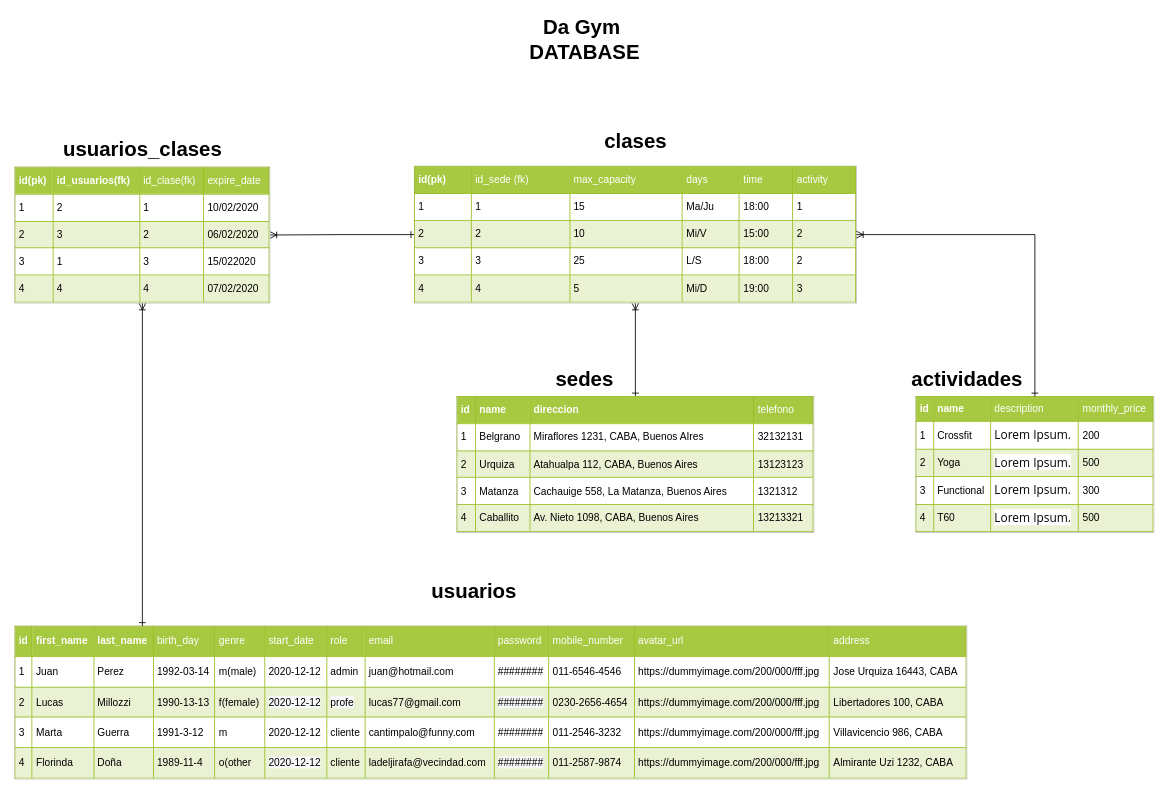
This is docs/DB _design_da_gym.drawio from ilMonkey/grupo_5_degym, a draw.io file, before an edit. Source tidied: cells renumbered, new cells numbered last; positions are measured from the earlier drawing's top-left corner, leaving out a move shared by most shapes. Both pictures are drawn from the tidied source at 85%, with x=0, y=0 at pixel (14, 22).
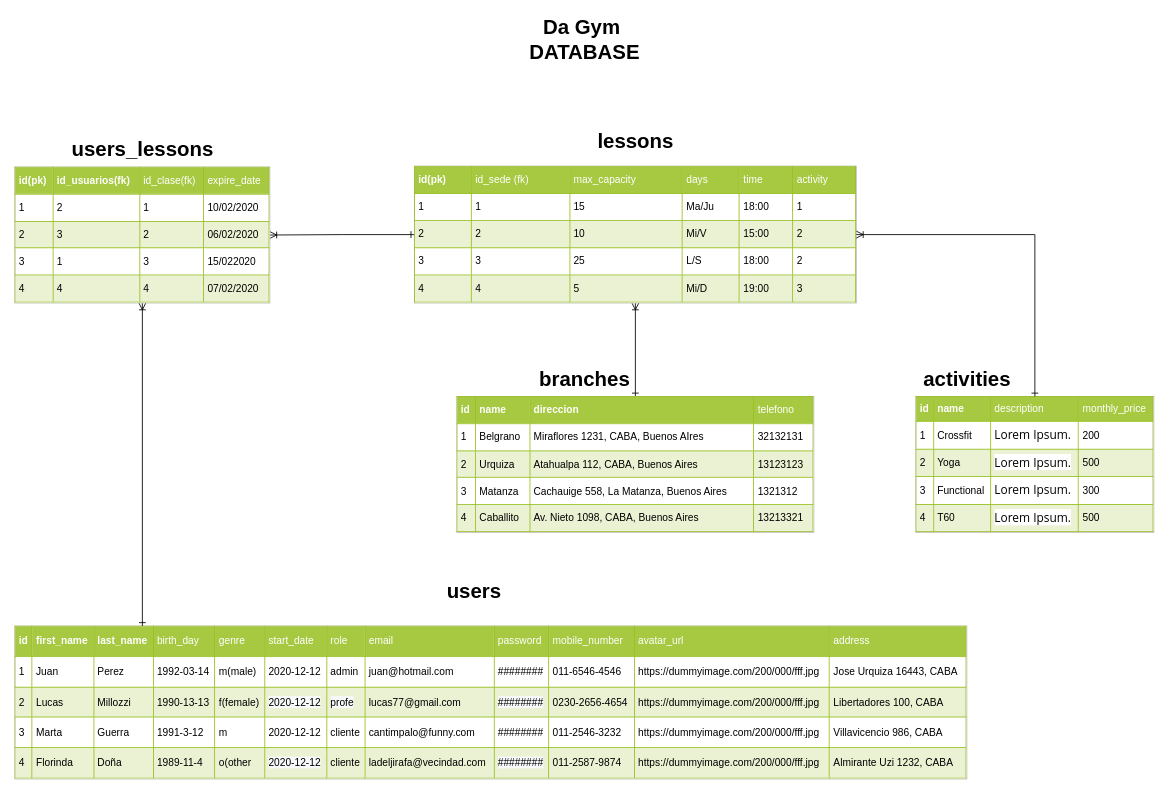
The same page after the edit.

Diff of the diagram source:
```diff
@@
 <mxGraphModel>
   <root>
     <mxCell id="0" />
     <mxCell id="1" parent="0" />
     <mxCell id="2" value="&lt;table border=&quot;1&quot; width=&quot;100%&quot; cellpadding=&quot;4&quot; style=&quot;width: 100% ; height: 100% ; border-collapse: collapse&quot;&gt;&lt;tbody&gt;&lt;tr style=&quot;background-color: #a7c942 ; color: #ffffff ; border: 1px solid #98bf21&quot;&gt;&lt;th align=&quot;left&quot;&gt;id&lt;/th&gt;&lt;th align=&quot;left&quot;&gt;name&lt;/th&gt;&lt;td&gt;description&lt;/td&gt;&lt;td&gt;monthly_price&lt;/td&gt;&lt;/tr&gt;&lt;tr style=&quot;border: 1px solid #98bf21&quot;&gt;&lt;td&gt;1&lt;/td&gt;&lt;td&gt;Crossfit&lt;/td&gt;&lt;td&gt;&lt;span style=&quot;margin: 0px ; padding: 0px ; font-family: &amp;#34;open sans&amp;#34; , &amp;#34;arial&amp;#34; , sans-serif ; font-size: 14px ; text-align: justify ; background-color: rgb(255 , 255 , 255)&quot;&gt;Lorem Ipsum&lt;/span&gt;&lt;span style=&quot;font-family: &amp;#34;open sans&amp;#34; , &amp;#34;arial&amp;#34; , sans-serif ; font-size: 14px ; text-align: justify ; background-color: rgb(255 , 255 , 255)&quot;&gt;.&lt;/span&gt;&lt;br&gt;&lt;/td&gt;&lt;td&gt;200&lt;/td&gt;&lt;/tr&gt;&lt;tr style=&quot;background-color: #eaf2d3 ; border: 1px solid #98bf21&quot;&gt;&lt;td&gt;2&lt;/td&gt;&lt;td&gt;Yoga&lt;/td&gt;&lt;td&gt;&lt;span style=&quot;margin: 0px ; padding: 0px ; font-family: &amp;#34;open sans&amp;#34; , &amp;#34;arial&amp;#34; , sans-serif ; font-size: 14px ; text-align: justify ; background-color: rgb(255 , 255 , 255)&quot;&gt;Lorem Ipsum&lt;/span&gt;&lt;span style=&quot;font-family: &amp;#34;open sans&amp;#34; , &amp;#34;arial&amp;#34; , sans-serif ; font-size: 14px ; text-align: justify ; background-color: rgb(255 , 255 , 255)&quot;&gt;.&lt;/span&gt;&lt;br&gt;&lt;/td&gt;&lt;td&gt;500&lt;/td&gt;&lt;/tr&gt;&lt;tr style=&quot;border: 1px solid #98bf21&quot;&gt;&lt;td&gt;3&lt;/td&gt;&lt;td&gt;Functional&lt;/td&gt;&lt;td&gt;&lt;span style=&quot;margin: 0px ; padding: 0px ; font-family: &amp;#34;open sans&amp;#34; , &amp;#34;arial&amp;#34; , sans-serif ; font-size: 14px ; text-align: justify ; background-color: rgb(255 , 255 , 255)&quot;&gt;Lorem Ipsum&lt;/span&gt;&lt;span style=&quot;font-family: &amp;#34;open sans&amp;#34; , &amp;#34;arial&amp;#34; , sans-serif ; font-size: 14px ; text-align: justify ; background-color: rgb(255 , 255 , 255)&quot;&gt;.&lt;/span&gt;&lt;br&gt;&lt;/td&gt;&lt;td&gt;300&lt;/td&gt;&lt;/tr&gt;&lt;tr style=&quot;background-color: #eaf2d3 ; border: 1px solid #98bf21&quot;&gt;&lt;td&gt;4&lt;/td&gt;&lt;td&gt;T60&lt;/td&gt;&lt;td&gt;&lt;span style=&quot;margin: 0px ; padding: 0px ; font-family: &amp;#34;open sans&amp;#34; , &amp;#34;arial&amp;#34; , sans-serif ; font-size: 14px ; text-align: justify ; background-color: rgb(255 , 255 , 255)&quot;&gt;Lorem Ipsum&lt;/span&gt;&lt;span style=&quot;font-family: &amp;#34;open sans&amp;#34; , &amp;#34;arial&amp;#34; , sans-serif ; font-size: 14px ; text-align: justify ; background-color: rgb(255 , 255 , 255)&quot;&gt;.&lt;/span&gt;&lt;br&gt;&lt;/td&gt;&lt;td&gt;500&lt;/td&gt;&lt;/tr&gt;&lt;/tbody&gt;&lt;/table&gt;" style="text;html=1;strokeColor=#c0c0c0;fillColor=#ffffff;overflow=fill;rounded=0;" parent="1" vertex="1">
       <mxGeometry x="1060" y="440" width="280" height="160" as="geometry" />
     </mxCell>
-    <mxCell id="3" value="actividades" style="text;strokeColor=none;fillColor=none;html=1;fontSize=24;fontStyle=1;verticalAlign=middle;align=center;" parent="1" vertex="1">
+    <mxCell id="3" value="activities" style="text;strokeColor=none;fillColor=none;html=1;fontSize=24;fontStyle=1;verticalAlign=middle;align=center;" parent="1" vertex="1">
       <mxGeometry x="1070" y="400" width="100" height="40" as="geometry" />
     </mxCell>
     <mxCell id="4" style="edgeStyle=orthogonalEdgeStyle;rounded=0;jettySize=auto;html=1;exitX=0.5;exitY=1;exitDx=0;exitDy=0;entryX=0.5;entryY=0;entryDx=0;entryDy=0;startArrow=ERoneToMany;startFill=0;endArrow=ERone;endFill=0;strokeWidth=1;" parent="1" edge="1" source="6" target="8">
       <mxGeometry relative="1" as="geometry" />
     </mxCell>
     <mxCell id="5" style="edgeStyle=orthogonalEdgeStyle;rounded=0;jettySize=auto;html=1;exitX=0;exitY=0.5;exitDx=0;exitDy=0;entryX=1;entryY=0.5;entryDx=0;entryDy=0;startArrow=ERone;startFill=0;endArrow=ERoneToMany;endFill=0;" parent="1" edge="1" source="6" target="14">
       <mxGeometry relative="1" as="geometry" />
     </mxCell>
     <mxCell id="6" value="&lt;table border=&quot;1&quot; width=&quot;100%&quot; cellpadding=&quot;4&quot; style=&quot;width: 100% ; height: 100% ; border-collapse: collapse&quot;&gt;&lt;tbody&gt;&lt;tr style=&quot;background-color: #a7c942 ; color: #ffffff ; border: 1px solid #98bf21&quot;&gt;&lt;th align=&quot;left&quot;&gt;id(pk)&lt;/th&gt;&lt;td&gt;id_sede (fk)&lt;/td&gt;&lt;td&gt;max_capacity&lt;/td&gt;&lt;td&gt;days&lt;/td&gt;&lt;td&gt;time&lt;/td&gt;&lt;td&gt;activity&lt;/td&gt;&lt;/tr&gt;&lt;tr style=&quot;border: 1px solid #98bf21&quot;&gt;&lt;td&gt;1&lt;/td&gt;&lt;td&gt;1&lt;/td&gt;&lt;td&gt;15&lt;/td&gt;&lt;td&gt;Ma/Ju&lt;/td&gt;&lt;td&gt;18:00&lt;/td&gt;&lt;td&gt;1&lt;/td&gt;&lt;/tr&gt;&lt;tr style=&quot;background-color: #eaf2d3 ; border: 1px solid #98bf21&quot;&gt;&lt;td&gt;2&lt;br&gt;&lt;/td&gt;&lt;td&gt;2&lt;/td&gt;&lt;td&gt;10&lt;/td&gt;&lt;td&gt;Mi/V&lt;/td&gt;&lt;td&gt;15:00&lt;/td&gt;&lt;td&gt;2&lt;/td&gt;&lt;/tr&gt;&lt;tr style=&quot;border: 1px solid #98bf21&quot;&gt;&lt;td&gt;3&lt;/td&gt;&lt;td&gt;3&lt;/td&gt;&lt;td&gt;25&lt;/td&gt;&lt;td&gt;L/S&lt;/td&gt;&lt;td&gt;18:00&lt;/td&gt;&lt;td&gt;2&lt;/td&gt;&lt;/tr&gt;&lt;tr style=&quot;background-color: #eaf2d3 ; border: 1px solid #98bf21&quot;&gt;&lt;td&gt;4&lt;/td&gt;&lt;td&gt;4&lt;/td&gt;&lt;td&gt;5&lt;/td&gt;&lt;td&gt;Mi/D&lt;/td&gt;&lt;td&gt;19:00&lt;/td&gt;&lt;td&gt;3&lt;/td&gt;&lt;/tr&gt;&lt;/tbody&gt;&lt;/table&gt;" style="text;html=1;strokeColor=#c0c0c0;fillColor=#ffffff;overflow=fill;rounded=0;" parent="1" vertex="1">
       <mxGeometry x="470" y="169" width="520" height="161" as="geometry" />
     </mxCell>
-    <mxCell id="7" value="clases" style="text;strokeColor=none;fillColor=none;html=1;fontSize=24;fontStyle=1;verticalAlign=middle;align=center;" parent="1" vertex="1">
+    <mxCell id="7" value="lessons" style="text;strokeColor=none;fillColor=none;html=1;fontSize=24;fontStyle=1;verticalAlign=middle;align=center;" parent="1" vertex="1">
       <mxGeometry x="610" y="120" width="240" height="40" as="geometry" />
     </mxCell>
     <mxCell id="8" value="&lt;table border=&quot;1&quot; width=&quot;100%&quot; cellpadding=&quot;4&quot; style=&quot;width: 100% ; height: 100% ; border-collapse: collapse&quot;&gt;&lt;tbody&gt;&lt;tr style=&quot;background-color: #a7c942 ; color: #ffffff ; border: 1px solid #98bf21&quot;&gt;&lt;th align=&quot;left&quot;&gt;id&lt;/th&gt;&lt;th align=&quot;left&quot;&gt;name&lt;/th&gt;&lt;th align=&quot;left&quot;&gt;direccion&lt;/th&gt;&lt;td&gt;telefono&lt;/td&gt;&lt;/tr&gt;&lt;tr style=&quot;border: 1px solid #98bf21&quot;&gt;&lt;td&gt;1&lt;/td&gt;&lt;td&gt;Belgrano&lt;/td&gt;&lt;td&gt;Miraflores 1231, CABA, Buenos AIres&lt;/td&gt;&lt;td&gt;32132131&lt;/td&gt;&lt;/tr&gt;&lt;tr style=&quot;background-color: #eaf2d3 ; border: 1px solid #98bf21&quot;&gt;&lt;td&gt;2&lt;/td&gt;&lt;td&gt;Urquiza&lt;/td&gt;&lt;td&gt;Atahualpa 112, CABA, Buenos Aires&lt;/td&gt;&lt;td&gt;13123123&lt;/td&gt;&lt;/tr&gt;&lt;tr style=&quot;border: 1px solid #98bf21&quot;&gt;&lt;td&gt;3&lt;/td&gt;&lt;td&gt;Matanza&lt;/td&gt;&lt;td&gt;Cachauige 558, La Matanza, Buenos Aires&lt;/td&gt;&lt;td&gt;1321312&lt;/td&gt;&lt;/tr&gt;&lt;tr style=&quot;background-color: #eaf2d3 ; border: 1px solid #98bf21&quot;&gt;&lt;td&gt;4&lt;/td&gt;&lt;td&gt;Caballito&lt;/td&gt;&lt;td&gt;Av. Nieto 1098, CABA, Buenos Aires&lt;/td&gt;&lt;td&gt;13213321&lt;/td&gt;&lt;/tr&gt;&lt;/tbody&gt;&lt;/table&gt;" style="text;html=1;strokeColor=#c0c0c0;fillColor=#ffffff;overflow=fill;rounded=0;" parent="1" vertex="1">
       <mxGeometry x="520" y="440" width="420" height="160" as="geometry" />
     </mxCell>
-    <mxCell id="9" value="sedes" style="text;strokeColor=none;fillColor=none;html=1;fontSize=24;fontStyle=1;verticalAlign=middle;align=center;" parent="1" vertex="1">
+    <mxCell id="9" value="branches" style="text;strokeColor=none;fillColor=none;html=1;fontSize=24;fontStyle=1;verticalAlign=middle;align=center;" parent="1" vertex="1">
       <mxGeometry x="620" y="400" width="100" height="40" as="geometry" />
     </mxCell>
     <mxCell id="10" style="edgeStyle=orthogonalEdgeStyle;rounded=0;jettySize=auto;html=1;startArrow=ERoneToMany;startFill=0;endArrow=ERone;endFill=0;strokeWidth=1;" parent="1" edge="1" source="6" target="2">
       <mxGeometry relative="1" as="geometry" />
     </mxCell>
     <mxCell id="11" value="&lt;table border=&quot;1&quot; width=&quot;100%&quot; cellpadding=&quot;4&quot; style=&quot;width: 100% ; height: 100% ; border-collapse: collapse&quot;&gt;&lt;tbody&gt;&lt;tr style=&quot;background-color: #a7c942 ; color: #ffffff ; border: 1px solid #98bf21&quot;&gt;&lt;th align=&quot;left&quot;&gt;id&lt;/th&gt;&lt;th align=&quot;left&quot;&gt;first_name&lt;/th&gt;&lt;th align=&quot;left&quot;&gt;last_name&lt;/th&gt;&lt;td&gt;birth_day&lt;/td&gt;&lt;td&gt;genre&lt;/td&gt;&lt;td&gt;start_date&lt;/td&gt;&lt;td&gt;role&lt;/td&gt;&lt;td&gt;email&lt;/td&gt;&lt;td&gt;password&lt;/td&gt;&lt;td&gt;mobile_number&lt;/td&gt;&lt;td&gt;avatar_url&lt;/td&gt;&lt;td&gt;address&lt;/td&gt;&lt;/tr&gt;&lt;tr style=&quot;border: 1px solid #98bf21&quot;&gt;&lt;td&gt;1&lt;/td&gt;&lt;td&gt;Juan&lt;/td&gt;&lt;td&gt;Perez&lt;/td&gt;&lt;td&gt;1992-03-14&lt;/td&gt;&lt;td&gt;m(male)&lt;/td&gt;&lt;td&gt;2020-12-12&lt;/td&gt;&lt;td&gt;admin&lt;/td&gt;&lt;td&gt;juan@hotmail.com&lt;/td&gt;&lt;td&gt;########&lt;/td&gt;&lt;td&gt;011-6546-4546&lt;/td&gt;&lt;td&gt;https://dummyimage.com/200/000/fff.jpg&lt;br&gt;&lt;/td&gt;&lt;td&gt;Jose Urquiza 16443, CABA&lt;/td&gt;&lt;/tr&gt;&lt;tr style=&quot;background-color: #eaf2d3 ; border: 1px solid #98bf21&quot;&gt;&lt;td&gt;2&lt;/td&gt;&lt;td&gt;Lucas&lt;/td&gt;&lt;td&gt;Millozzi&lt;/td&gt;&lt;td&gt;1990-13-13&lt;/td&gt;&lt;td&gt;f(female)&lt;/td&gt;&lt;td&gt;&lt;span style=&quot;background-color: rgb(248 , 249 , 250)&quot;&gt;2020-12-12&lt;/span&gt;&lt;br&gt;&lt;/td&gt;&lt;td&gt;&lt;span style=&quot;background-color: rgb(248 , 249 , 250)&quot;&gt;profe&lt;/span&gt;&lt;/td&gt;&lt;td&gt;lucas77@gmail.com&lt;/td&gt;&lt;td&gt;&lt;span style=&quot;background-color: rgb(248 , 249 , 250)&quot;&gt;########&lt;/span&gt;&lt;br&gt;&lt;/td&gt;&lt;td&gt;0230-2656-4654&lt;/td&gt;&lt;td&gt;https://dummyimage.com/200/000/fff.jpg&lt;br&gt;&lt;/td&gt;&lt;td&gt;Libertadores 100, CABA&lt;/td&gt;&lt;/tr&gt;&lt;tr style=&quot;border: 1px solid #98bf21&quot;&gt;&lt;td&gt;3&lt;/td&gt;&lt;td&gt;Marta&lt;/td&gt;&lt;td&gt;Guerra&lt;/td&gt;&lt;td&gt;1991-3-12&lt;/td&gt;&lt;td&gt;m&lt;/td&gt;&lt;td&gt;2020-12-12&lt;br&gt;&lt;/td&gt;&lt;td&gt;cliente&lt;/td&gt;&lt;td&gt;cantimpalo@funny.com&lt;/td&gt;&lt;td&gt;########&lt;br&gt;&lt;/td&gt;&lt;td&gt;011-2546-3232&lt;/td&gt;&lt;td&gt;https://dummyimage.com/200/000/fff.jpg&lt;br&gt;&lt;/td&gt;&lt;td&gt;Villavicencio 986, CABA&lt;/td&gt;&lt;/tr&gt;&lt;tr style=&quot;background-color: #eaf2d3 ; border: 1px solid #98bf21&quot;&gt;&lt;td&gt;4&lt;/td&gt;&lt;td&gt;Florinda&lt;/td&gt;&lt;td&gt;Doña&lt;/td&gt;&lt;td&gt;1989-11-4&lt;/td&gt;&lt;td&gt;o(other&lt;/td&gt;&lt;td&gt;&lt;span style=&quot;background-color: rgb(248 , 249 , 250)&quot;&gt;2020-12-12&lt;/span&gt;&lt;br&gt;&lt;/td&gt;&lt;td&gt;cliente&lt;/td&gt;&lt;td&gt;ladeljirafa@vecindad.com&lt;/td&gt;&lt;td&gt;&lt;span style=&quot;background-color: rgb(248 , 249 , 250)&quot;&gt;########&lt;/span&gt;&lt;br&gt;&lt;/td&gt;&lt;td&gt;011-2587-9874&lt;/td&gt;&lt;td&gt;https://dummyimage.com/200/000/fff.jpg&lt;br&gt;&lt;/td&gt;&lt;td&gt;Almirante Uzi 1232, CABA&lt;/td&gt;&lt;/tr&gt;&lt;/tbody&gt;&lt;/table&gt;" style="text;html=1;strokeColor=#c0c0c0;fillColor=#ffffff;overflow=fill;rounded=0;" parent="1" vertex="1">
       <mxGeometry y="710" width="1120" height="180" as="geometry" />
     </mxCell>
-    <mxCell id="12" value="usuarios" style="text;strokeColor=none;fillColor=none;html=1;fontSize=24;fontStyle=1;verticalAlign=middle;align=center;" parent="1" vertex="1">
+    <mxCell id="12" value="users" style="text;strokeColor=none;fillColor=none;html=1;fontSize=24;fontStyle=1;verticalAlign=middle;align=center;" parent="1" vertex="1">
       <mxGeometry x="490" y="650" width="100" height="40" as="geometry" />
     </mxCell>
     <mxCell id="13" style="edgeStyle=orthogonalEdgeStyle;rounded=0;jettySize=auto;html=1;exitX=0.5;exitY=1;exitDx=0;exitDy=0;startArrow=ERoneToMany;startFill=0;endArrow=ERone;endFill=0;strokeWidth=1;" parent="1" edge="1" source="14">
       <mxGeometry relative="1" as="geometry">
         <mxPoint x="150" y="710" as="targetPoint" />
         <Array as="points">
           <mxPoint x="150" y="710" />
         </Array>
       </mxGeometry>
     </mxCell>
     <mxCell id="14" value="&lt;table border=&quot;1&quot; width=&quot;100%&quot; cellpadding=&quot;4&quot; style=&quot;width: 100% ; height: 100% ; border-collapse: collapse&quot;&gt;&lt;tbody&gt;&lt;tr style=&quot;background-color: #a7c942 ; color: #ffffff ; border: 1px solid #98bf21&quot;&gt;&lt;th align=&quot;left&quot;&gt;id(pk)&lt;/th&gt;&lt;th align=&quot;left&quot;&gt;id_usuarios(fk)&lt;/th&gt;&lt;td&gt;id_clase(fk)&lt;/td&gt;&lt;td&gt;expire_date&lt;/td&gt;&lt;/tr&gt;&lt;tr style=&quot;border: 1px solid #98bf21&quot;&gt;&lt;td&gt;1&lt;/td&gt;&lt;td&gt;2&lt;/td&gt;&lt;td&gt;1&lt;/td&gt;&lt;td&gt;10/02/2020&lt;/td&gt;&lt;/tr&gt;&lt;tr style=&quot;background-color: #eaf2d3 ; border: 1px solid #98bf21&quot;&gt;&lt;td&gt;2&lt;/td&gt;&lt;td&gt;3&lt;/td&gt;&lt;td&gt;2&lt;/td&gt;&lt;td&gt;06/02/2020&lt;/td&gt;&lt;/tr&gt;&lt;tr style=&quot;border: 1px solid #98bf21&quot;&gt;&lt;td&gt;3&lt;/td&gt;&lt;td&gt;1&lt;/td&gt;&lt;td&gt;3&lt;/td&gt;&lt;td&gt;15/022020&lt;/td&gt;&lt;/tr&gt;&lt;tr style=&quot;background-color: #eaf2d3 ; border: 1px solid #98bf21&quot;&gt;&lt;td&gt;4&lt;/td&gt;&lt;td&gt;4&lt;/td&gt;&lt;td&gt;4&lt;/td&gt;&lt;td&gt;07/02/2020&lt;/td&gt;&lt;/tr&gt;&lt;/tbody&gt;&lt;/table&gt;" style="text;html=1;strokeColor=#c0c0c0;fillColor=#ffffff;overflow=fill;rounded=0;" parent="1" vertex="1">
       <mxGeometry y="170" width="300" height="160" as="geometry" />
     </mxCell>
-    <mxCell id="15" value="usuarios_clases" style="text;strokeColor=none;fillColor=none;html=1;fontSize=24;fontStyle=1;verticalAlign=middle;align=center;" parent="1" vertex="1">
+    <mxCell id="15" value="users_lessons" style="text;strokeColor=none;fillColor=none;html=1;fontSize=24;fontStyle=1;verticalAlign=middle;align=center;" parent="1" vertex="1">
       <mxGeometry x="100" y="130" width="100" height="40" as="geometry" />
     </mxCell>
     <mxCell id="16" value="Da Gym&amp;nbsp;&lt;br&gt;DATABASE" style="text;strokeColor=none;fillColor=none;html=1;fontSize=24;fontStyle=1;verticalAlign=middle;align=center;" parent="1" vertex="1">
       <mxGeometry x="620" width="100" height="40" as="geometry" />
     </mxCell>
   </root>
 </mxGraphModel>
```
